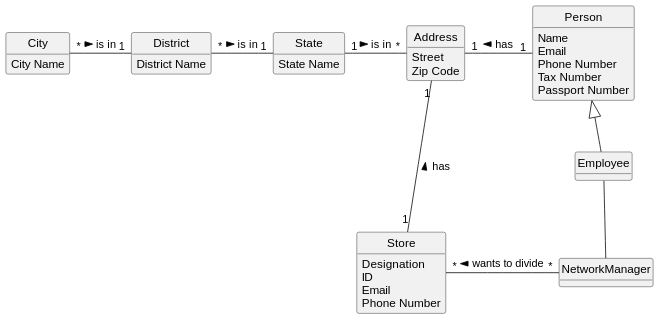
Before: docs/sprintD/US019/02.analysis/svg/us19-domain-model.svg, a diagram exported from PlantUML (PureNimble/ISEP-LAPR2).
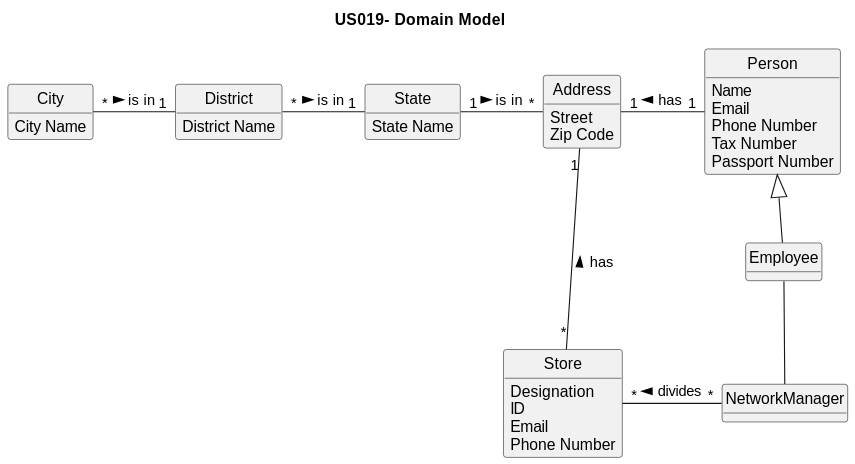
The same file after the commit.

What changed in the source:
```diff
@@ -5,6 +5,8 @@
 
 
 skinparam classAttributeIconSize 0
+
+title US019- Domain Model
 
 hide circle
 hide methods
@@ -59,7 +61,7 @@
 District "1" -left-- "*" City: is in <
 Address "*" -left-- "1" State: is in <
 
-Address"1" --- "1" Store : has <
+Address"1" --- "*" Store : has <
 
-Store"*" - "*" NetworkManager: wants to divide <
+Store"*" - "*" NetworkManager:  divides <
 @enduml
```
